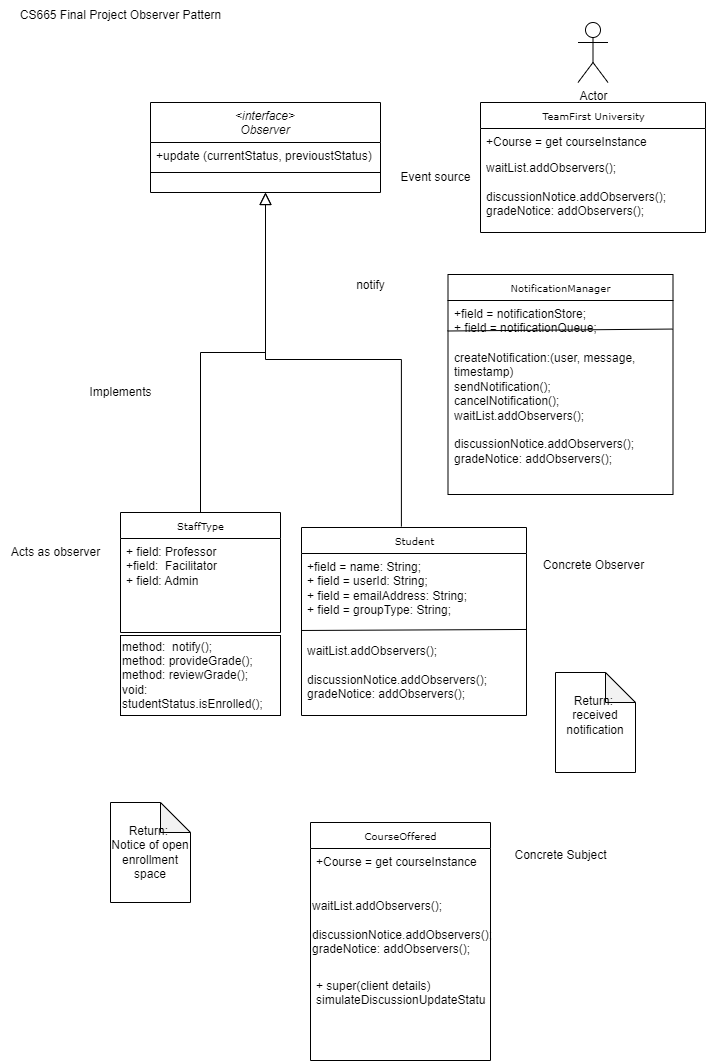
Before: Observer Diag.drawio.png, a diagram exported from draw.io (jimmyjazz31/CSSFinalProject). Source tidied: cells renumbered, new cells last; positions are measured from the earlier drawing's top-left corner, leaving out a move shared by most shapes. Source of this version:
```xml
<mxGraphModel>
  <root>
    <mxCell id="0" />
    <mxCell id="1" parent="0" />
    <mxCell id="2" value="&lt;interface&gt;&#10;Observer" style="swimlane;fontStyle=2;align=center;verticalAlign=top;horizontal=1;startSize=40;rounded=0;shadow=0;strokeWidth=1;" parent="1" vertex="1">
      <mxGeometry x="150" y="102" width="230" height="90" as="geometry" />
    </mxCell>
    <mxCell id="3" value="+update (currentStatus, previoustStatus)" style="text;align=left;verticalAlign=top;spacingLeft=4;spacingRight=4;overflow=hidden;" parent="2" vertex="1">
      <mxGeometry y="40" width="230" height="26" as="geometry" />
    </mxCell>
    <mxCell id="4" style="line;html=1;strokeWidth=1;align=left;verticalAlign=middle;spacingTop=-1;spacingLeft=3;spacingRight=3;labelPosition=right;" parent="2" vertex="1">
      <mxGeometry y="66" width="230" height="8" as="geometry" />
    </mxCell>
    <mxCell id="5" style="endArrow=block;endSize=10;endFill=0;shadow=0;strokeWidth=1;rounded=0;curved=0;edgeStyle=elbowEdgeStyle;elbow=vertical;exitX=0.5;exitY=0;exitDx=0;exitDy=0;" parent="1" edge="1" source="7" target="2">
      <mxGeometry relative="1" as="geometry" />
    </mxCell>
    <mxCell id="6" style="endArrow=block;endSize=10;endFill=0;shadow=0;strokeWidth=1;rounded=0;curved=0;edgeStyle=elbowEdgeStyle;elbow=vertical;exitX=0.444;exitY=-0.005;exitDx=0;exitDy=0;exitPerimeter=0;" parent="1" edge="1" source="23" target="2">
      <mxGeometry relative="1" as="geometry" />
    </mxCell>
    <mxCell id="7" value="StaffType" style="swimlane;html=1;fontStyle=0;horizontal=1;startSize=26;fillColor=none;swimlaneFillColor=#ffffff;rounded=0;shadow=0;comic=0;labelBackgroundColor=none;strokeWidth=1;fontFamily=Verdana;fontSize=10;align=center;" parent="1" vertex="1">
      <mxGeometry x="120" y="512" width="160" height="120" as="geometry" />
    </mxCell>
    <mxCell id="8" value="+ field: Professor&amp;nbsp;&lt;div&gt;+field:&amp;nbsp; Facilitator&amp;nbsp;&lt;/div&gt;&lt;div&gt;+ field: Admin&lt;/div&gt;" style="text;html=1;strokeColor=none;fillColor=none;align=left;verticalAlign=top;spacingLeft=4;spacingRight=4;whiteSpace=wrap;overflow=hidden;" parent="7" vertex="1">
      <mxGeometry y="26" width="160" height="94" as="geometry" />
    </mxCell>
    <mxCell id="9" value="Implements" style="text;html=1;align=center;verticalAlign=middle;strokeColor=none;fillColor=none;" parent="1" vertex="1">
      <mxGeometry x="75" y="377" width="90" height="30" as="geometry" />
    </mxCell>
    <mxCell id="10" value="method:&amp;nbsp; notify();&lt;div&gt;method: provideGrade();&lt;/div&gt;&lt;div&gt;method: reviewGrade();&lt;/div&gt;&lt;div&gt;void:&amp;nbsp;&lt;/div&gt;&lt;div&gt;studentStatus.isEnrolled();&lt;/div&gt;" style="rounded=0;whiteSpace=wrap;html=1;align=left;" parent="1" vertex="1">
      <mxGeometry x="120" y="635" width="160" height="80" as="geometry" />
    </mxCell>
    <mxCell id="11" value="Return:&amp;nbsp; Notice of open enrollment space" style="shape=note;whiteSpace=wrap;html=1;backgroundOutline=1;darkOpacity=0.05;" parent="1" vertex="1">
      <mxGeometry x="110" y="802" width="80" height="100" as="geometry" />
    </mxCell>
    <mxCell id="12" value="&lt;div&gt;CourseOffered&lt;/div&gt;" style="swimlane;html=1;fontStyle=0;horizontal=1;startSize=26;fillColor=none;swimlaneFillColor=#ffffff;rounded=0;shadow=0;comic=0;labelBackgroundColor=none;strokeWidth=1;fontFamily=Verdana;fontSize=10;align=center;" parent="1" vertex="1">
      <mxGeometry x="310" y="822" width="180" height="238" as="geometry" />
    </mxCell>
    <mxCell id="13" value="+Course = get courseInstance" style="text;html=1;strokeColor=none;fillColor=none;align=left;verticalAlign=top;spacingLeft=4;spacingRight=4;whiteSpace=wrap;overflow=hidden;" parent="12" vertex="1">
      <mxGeometry y="26" width="180" height="44" as="geometry" />
    </mxCell>
    <mxCell id="14" value="waitList.addObservers();&#10;&#10;discussionNotice.addObservers();&#10;gradeNotice: addObservers();" style="text;whiteSpace=wrap;html=1;" parent="12" vertex="1">
      <mxGeometry y="70" width="180" height="80" as="geometry" />
    </mxCell>
    <mxCell id="15" value="+ super(client details)&amp;nbsp;&lt;div&gt;simulateDiscussionUpdateStatus&lt;/div&gt;" style="text;html=1;strokeColor=none;fillColor=none;align=left;verticalAlign=top;spacingLeft=4;spacingRight=4;whiteSpace=wrap;overflow=hidden;" parent="12" vertex="1">
      <mxGeometry y="150" width="180" height="58" as="geometry" />
    </mxCell>
    <mxCell id="16" value="TeamFirst University" style="swimlane;html=1;fontStyle=0;horizontal=1;startSize=26;fillColor=none;swimlaneFillColor=#ffffff;rounded=0;shadow=0;comic=0;labelBackgroundColor=none;strokeWidth=1;fontFamily=Verdana;fontSize=10;align=center;" parent="1" vertex="1">
      <mxGeometry x="480" y="102" width="225" height="130" as="geometry" />
    </mxCell>
    <mxCell id="17" value="+Course = get courseInstance" style="text;html=1;strokeColor=none;fillColor=none;align=left;verticalAlign=top;spacingLeft=4;spacingRight=4;whiteSpace=wrap;overflow=hidden;" parent="16" vertex="1">
      <mxGeometry y="26" width="225" height="26" as="geometry" />
    </mxCell>
    <mxCell id="18" value="waitList.addObservers();&lt;div&gt;&lt;br&gt;&lt;/div&gt;&lt;div&gt;discussionNotice.addObservers();&lt;/div&gt;&lt;div&gt;gradeNotice: addObservers();&lt;/div&gt;" style="text;html=1;strokeColor=none;fillColor=none;align=left;verticalAlign=top;spacingLeft=4;spacingRight=4;whiteSpace=wrap;overflow=hidden;" parent="16" vertex="1">
      <mxGeometry y="52" width="225" height="68" as="geometry" />
    </mxCell>
    <mxCell id="19" value="Acts as observer" style="text;html=1;align=center;verticalAlign=middle;strokeColor=none;fillColor=none;" parent="1" vertex="1">
      <mxGeometry y="537" width="110" height="30" as="geometry" />
    </mxCell>
    <mxCell id="20" value="notify" style="text;html=1;align=center;verticalAlign=middle;strokeColor=none;fillColor=none;" parent="1" vertex="1">
      <mxGeometry x="345" y="270" width="50" height="30" as="geometry" />
    </mxCell>
    <mxCell id="21" value="Event source" style="text;html=1;align=center;verticalAlign=middle;strokeColor=none;fillColor=none;" parent="1" vertex="1">
      <mxGeometry x="390" y="162" width="90" height="30" as="geometry" />
    </mxCell>
    <mxCell id="22" value="CS665 Final Project Observer Pattern" style="text;html=1;align=center;verticalAlign=middle;strokeColor=none;fillColor=none;" parent="1" vertex="1">
      <mxGeometry x="10" width="220" height="30" as="geometry" />
    </mxCell>
    <mxCell id="23" value="Student" style="swimlane;html=1;fontStyle=0;horizontal=1;startSize=26;fillColor=none;swimlaneFillColor=#ffffff;rounded=0;shadow=0;comic=0;labelBackgroundColor=none;strokeWidth=1;fontFamily=Verdana;fontSize=10;align=center;" parent="1" vertex="1">
      <mxGeometry x="301" y="527" width="225" height="188" as="geometry" />
    </mxCell>
    <mxCell id="24" value="+field = name: String;&amp;nbsp;&lt;div&gt;+ field = userId: String;&lt;/div&gt;&lt;div&gt;+ field = emailAddress: String;&lt;/div&gt;&lt;div&gt;+ field = groupType: String;&lt;/div&gt;" style="text;html=1;strokeColor=none;fillColor=none;align=left;verticalAlign=top;spacingLeft=4;spacingRight=4;whiteSpace=wrap;overflow=hidden;" parent="23" vertex="1">
      <mxGeometry y="26" width="225" height="84" as="geometry" />
    </mxCell>
    <mxCell id="25" value="waitList.addObservers();&lt;div&gt;&lt;br&gt;&lt;/div&gt;&lt;div&gt;discussionNotice.addObservers();&lt;/div&gt;&lt;div&gt;gradeNotice: addObservers();&lt;/div&gt;" style="text;html=1;strokeColor=none;fillColor=none;align=left;verticalAlign=top;spacingLeft=4;spacingRight=4;whiteSpace=wrap;overflow=hidden;points=[[0,0.5],[1,0.5]];portConstraint=eastwest;" parent="23" vertex="1">
      <mxGeometry y="110" width="225" height="78" as="geometry" />
    </mxCell>
    <mxCell id="26" style="endArrow=none;html=1;rounded=0;exitX=-0.002;exitY=-0.09;exitDx=0;exitDy=0;exitPerimeter=0;entryX=0.998;entryY=-0.103;entryDx=0;entryDy=0;entryPerimeter=0;" parent="23" edge="1" source="25" target="25">
      <mxGeometry relative="1" as="geometry" />
    </mxCell>
    <mxCell id="27" value="Concrete Observer&lt;div&gt;&lt;br&gt;&lt;/div&gt;" style="text;html=1;align=center;verticalAlign=middle;strokeColor=none;fillColor=none;" parent="1" vertex="1">
      <mxGeometry x="532.5" y="552" width="120" height="40" as="geometry" />
    </mxCell>
    <mxCell id="28" value="Return:&amp;nbsp; received notification&lt;div&gt;&lt;br&gt;&lt;/div&gt;" style="shape=note;whiteSpace=wrap;html=1;backgroundOutline=1;darkOpacity=0.05;" parent="1" vertex="1">
      <mxGeometry x="555" y="672" width="80" height="100" as="geometry" />
    </mxCell>
    <mxCell id="29" value="Actor" style="shape=umlActor;verticalLabelPosition=bottom;verticalAlign=top;html=1;" parent="1" vertex="1">
      <mxGeometry x="577.5" y="22" width="30" height="60" as="geometry" />
    </mxCell>
    <mxCell id="30" value="Concrete Subject&lt;div&gt;&lt;br&gt;&lt;/div&gt;" style="text;html=1;align=center;verticalAlign=middle;strokeColor=none;fillColor=none;" parent="1" vertex="1">
      <mxGeometry x="500" y="842" width="120" height="40" as="geometry" />
    </mxCell>
    <mxCell id="31" value="NotificationManager" style="swimlane;html=1;fontStyle=0;horizontal=1;startSize=26;fillColor=none;swimlaneFillColor=#ffffff;rounded=0;shadow=0;comic=0;labelBackgroundColor=none;strokeWidth=1;fontFamily=Verdana;fontSize=10;align=center;" parent="1" vertex="1">
      <mxGeometry x="447.5" y="274" width="225" height="220" as="geometry" />
    </mxCell>
    <mxCell id="32" value="+field = notificationStore;&amp;nbsp;&lt;div&gt;+ field = notificationQueue;&lt;/div&gt;&lt;div&gt;&lt;br&gt;&lt;/div&gt;" style="text;html=1;strokeColor=none;fillColor=none;align=left;verticalAlign=top;spacingLeft=4;spacingRight=4;whiteSpace=wrap;overflow=hidden;" parent="31" vertex="1">
      <mxGeometry y="26" width="225" height="44" as="geometry" />
    </mxCell>
    <mxCell id="33" value="createNotification:(user, message, timestamp)&lt;div&gt;sendNotification();&lt;/div&gt;&lt;div&gt;cancelNotification();&lt;/div&gt;&lt;div&gt;waitList.addObservers();&lt;div&gt;&lt;br&gt;&lt;/div&gt;&lt;div&gt;discussionNotice.addObservers();&lt;/div&gt;&lt;div&gt;gradeNotice: addObservers();&lt;/div&gt;&lt;/div&gt;" style="text;html=1;strokeColor=none;fillColor=none;align=left;verticalAlign=top;spacingLeft=4;spacingRight=4;whiteSpace=wrap;overflow=hidden;points=[[0,0.5],[1,0.5]];portConstraint=eastwest;" parent="31" vertex="1">
      <mxGeometry y="70" width="225" height="150" as="geometry" />
    </mxCell>
    <mxCell id="34" style="endArrow=none;html=1;rounded=0;exitX=-0.002;exitY=-0.09;exitDx=0;exitDy=0;exitPerimeter=0;entryX=0.998;entryY=-0.103;entryDx=0;entryDy=0;entryPerimeter=0;" parent="31" edge="1" source="33" target="33">
      <mxGeometry relative="1" as="geometry" />
    </mxCell>
  </root>
</mxGraphModel>
```
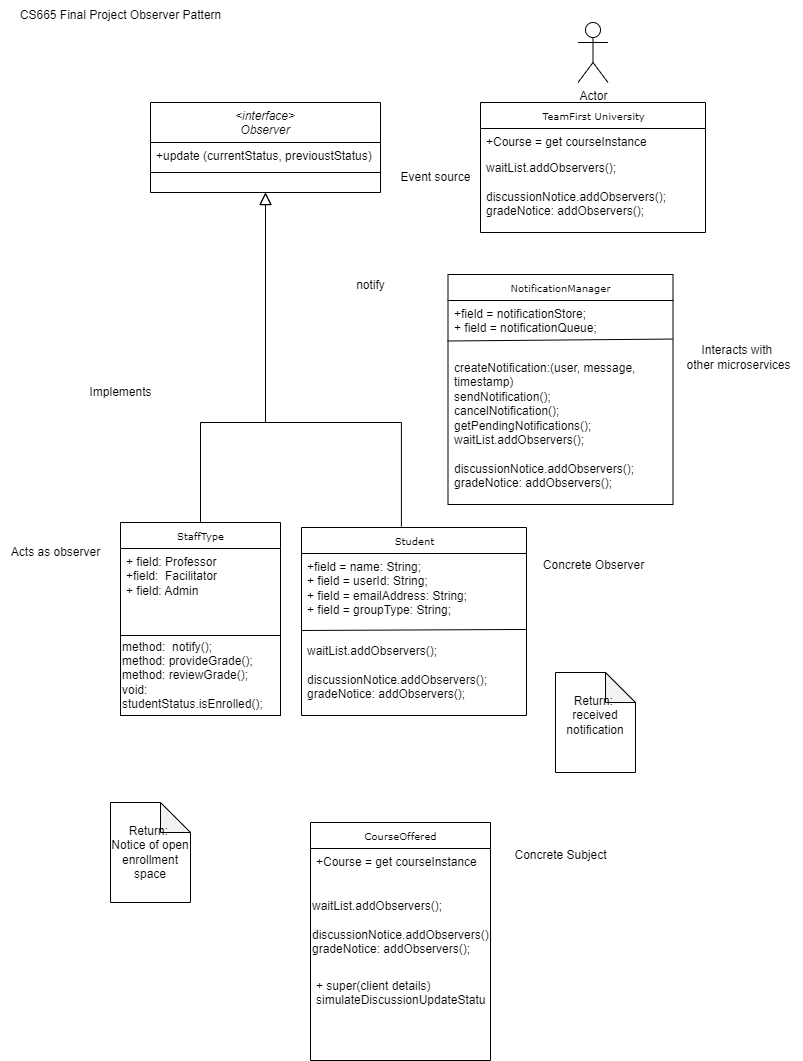
After the change.

The edit, as a diff of the source:
```diff
@@ -12,13 +12,21 @@
       <mxGeometry y="66" width="230" height="8" as="geometry" />
     </mxCell>
     <mxCell id="5" style="endArrow=block;endSize=10;endFill=0;shadow=0;strokeWidth=1;rounded=0;curved=0;edgeStyle=elbowEdgeStyle;elbow=vertical;exitX=0.5;exitY=0;exitDx=0;exitDy=0;" parent="1" edge="1" source="7" target="2">
-      <mxGeometry relative="1" as="geometry" />
+      <mxGeometry relative="1" as="geometry">
+        <Array as="points">
+          <mxPoint x="265" y="422" />
+        </Array>
+      </mxGeometry>
     </mxCell>
     <mxCell id="6" style="endArrow=block;endSize=10;endFill=0;shadow=0;strokeWidth=1;rounded=0;curved=0;edgeStyle=elbowEdgeStyle;elbow=vertical;exitX=0.444;exitY=-0.005;exitDx=0;exitDy=0;exitPerimeter=0;" parent="1" edge="1" source="23" target="2">
-      <mxGeometry relative="1" as="geometry" />
+      <mxGeometry relative="1" as="geometry">
+        <Array as="points">
+          <mxPoint x="265" y="422" />
+        </Array>
+      </mxGeometry>
     </mxCell>
     <mxCell id="7" value="StaffType" style="swimlane;html=1;fontStyle=0;horizontal=1;startSize=26;fillColor=none;swimlaneFillColor=#ffffff;rounded=0;shadow=0;comic=0;labelBackgroundColor=none;strokeWidth=1;fontFamily=Verdana;fontSize=10;align=center;" parent="1" vertex="1">
-      <mxGeometry x="120" y="512" width="160" height="120" as="geometry" />
+      <mxGeometry x="120" y="522" width="160" height="130" as="geometry" />
     </mxCell>
     <mxCell id="8" value="+ field: Professor&amp;nbsp;&lt;div&gt;+field:&amp;nbsp; Facilitator&amp;nbsp;&lt;/div&gt;&lt;div&gt;+ field: Admin&lt;/div&gt;" style="text;html=1;strokeColor=none;fillColor=none;align=left;verticalAlign=top;spacingLeft=4;spacingRight=4;whiteSpace=wrap;overflow=hidden;" parent="7" vertex="1">
       <mxGeometry y="26" width="160" height="94" as="geometry" />
@@ -90,16 +98,19 @@
       <mxGeometry x="500" y="842" width="120" height="40" as="geometry" />
     </mxCell>
     <mxCell id="31" value="NotificationManager" style="swimlane;html=1;fontStyle=0;horizontal=1;startSize=26;fillColor=none;swimlaneFillColor=#ffffff;rounded=0;shadow=0;comic=0;labelBackgroundColor=none;strokeWidth=1;fontFamily=Verdana;fontSize=10;align=center;" parent="1" vertex="1">
-      <mxGeometry x="447.5" y="274" width="225" height="220" as="geometry" />
+      <mxGeometry x="447.5" y="274" width="225" height="230" as="geometry" />
     </mxCell>
     <mxCell id="32" value="+field = notificationStore;&amp;nbsp;&lt;div&gt;+ field = notificationQueue;&lt;/div&gt;&lt;div&gt;&lt;br&gt;&lt;/div&gt;" style="text;html=1;strokeColor=none;fillColor=none;align=left;verticalAlign=top;spacingLeft=4;spacingRight=4;whiteSpace=wrap;overflow=hidden;" parent="31" vertex="1">
-      <mxGeometry y="26" width="225" height="44" as="geometry" />
+      <mxGeometry y="26" width="225" height="54" as="geometry" />
     </mxCell>
-    <mxCell id="33" value="createNotification:(user, message, timestamp)&lt;div&gt;sendNotification();&lt;/div&gt;&lt;div&gt;cancelNotification();&lt;/div&gt;&lt;div&gt;waitList.addObservers();&lt;div&gt;&lt;br&gt;&lt;/div&gt;&lt;div&gt;discussionNotice.addObservers();&lt;/div&gt;&lt;div&gt;gradeNotice: addObservers();&lt;/div&gt;&lt;/div&gt;" style="text;html=1;strokeColor=none;fillColor=none;align=left;verticalAlign=top;spacingLeft=4;spacingRight=4;whiteSpace=wrap;overflow=hidden;points=[[0,0.5],[1,0.5]];portConstraint=eastwest;" parent="31" vertex="1">
-      <mxGeometry y="70" width="225" height="150" as="geometry" />
+    <mxCell id="33" value="createNotification:(user, message, timestamp)&lt;div&gt;sendNotification();&lt;/div&gt;&lt;div&gt;cancelNotification();&lt;/div&gt;&lt;div&gt;getPendingNotifications();&lt;/div&gt;&lt;div&gt;waitList.addObservers();&lt;div&gt;&lt;br&gt;&lt;/div&gt;&lt;div&gt;discussionNotice.addObservers();&lt;/div&gt;&lt;div&gt;gradeNotice: addObservers();&lt;/div&gt;&lt;/div&gt;" style="text;html=1;strokeColor=none;fillColor=none;align=left;verticalAlign=top;spacingLeft=4;spacingRight=4;whiteSpace=wrap;overflow=hidden;points=[[0,0.5],[1,0.5]];portConstraint=eastwest;" parent="31" vertex="1">
+      <mxGeometry y="80" width="225" height="150" as="geometry" />
     </mxCell>
     <mxCell id="34" style="endArrow=none;html=1;rounded=0;exitX=-0.002;exitY=-0.09;exitDx=0;exitDy=0;exitPerimeter=0;entryX=0.998;entryY=-0.103;entryDx=0;entryDy=0;entryPerimeter=0;" parent="31" edge="1" source="33" target="33">
       <mxGeometry relative="1" as="geometry" />
     </mxCell>
+    <mxCell id="35" value="Interacts with&amp;nbsp;&lt;div&gt;other microservices&lt;/div&gt;" style="text;html=1;align=center;verticalAlign=middle;strokeColor=none;fillColor=none;" parent="1" vertex="1">
+      <mxGeometry x="672.5" y="337" width="130" height="40" as="geometry" />
+    </mxCell>
   </root>
 </mxGraphModel>
```
